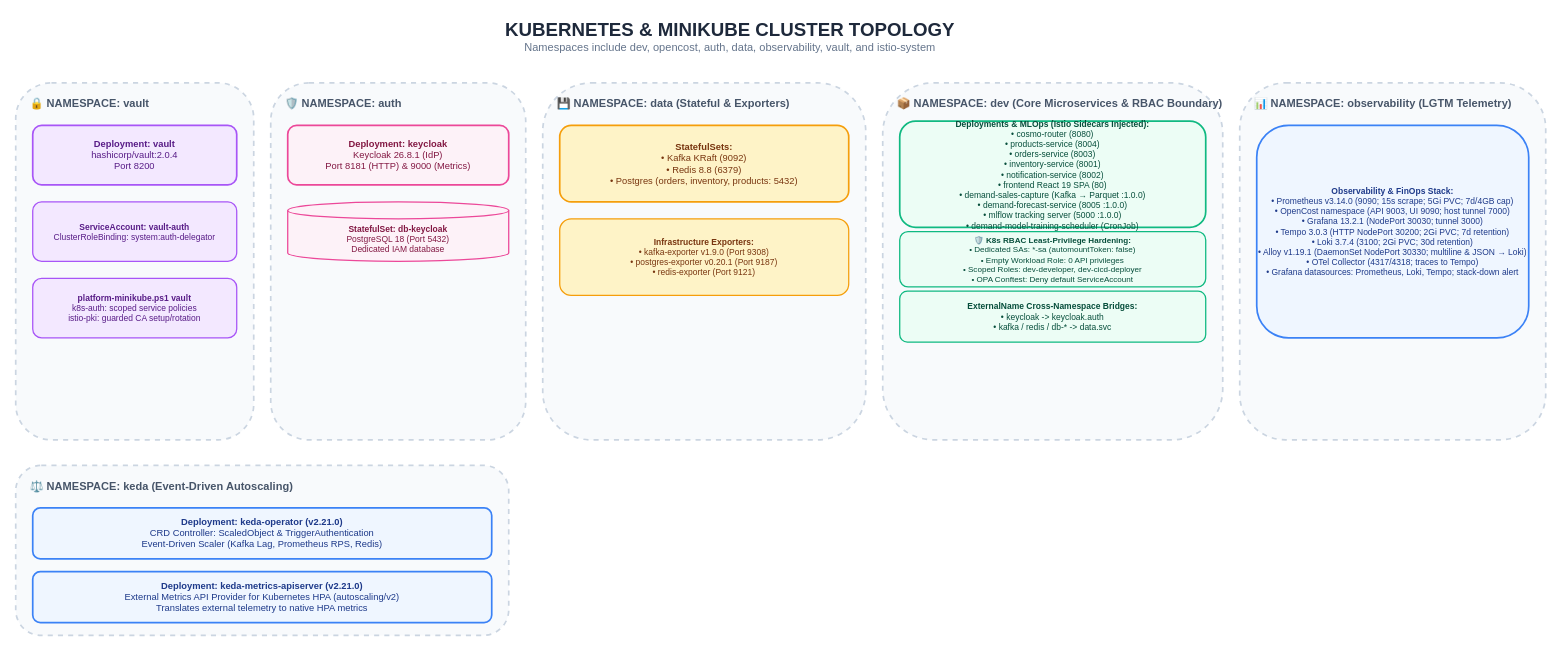
Earlier version of the draw.io diagram page "6. Kubernetes & Minikube Cluster Topology" (6 of 16) of docs/Diagrams.drawio (GeorgeGxx/microservices-architecture). Source tidied: cells renumbered, new cells numbered last; positions are measured from the earlier drawing's top-left corner, leaving out a move shared by most shapes. Both pictures are drawn from the tidied source at 85%, with x=0, y=0 at pixel (15, 14).
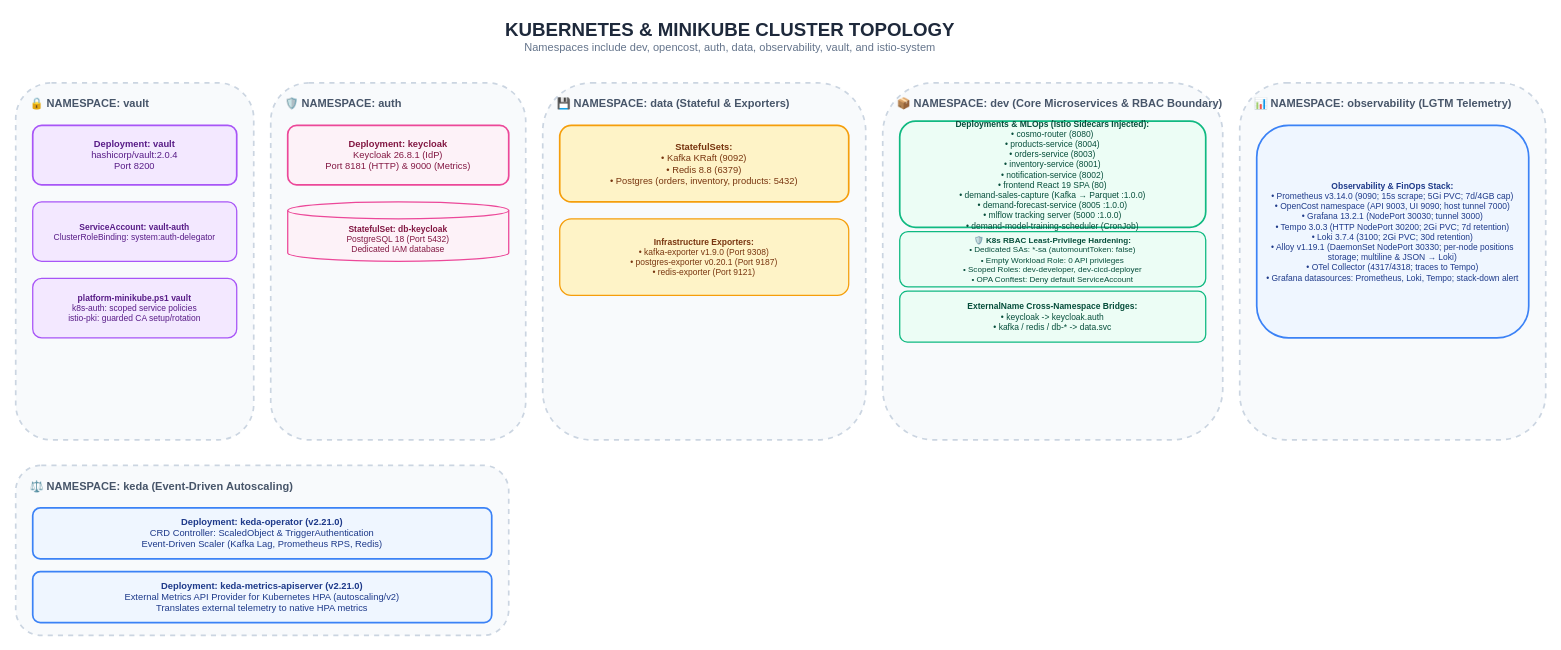
Above is the later version.

Change to the diagram source:
```diff
@@
-    <mxCell id="18" value="&lt;b&gt;Observability &amp; FinOps Stack:&lt;/b&gt;&lt;br&gt;• Prometheus v3.14.0 (9090; 15s scrape; 5Gi PVC; 7d/4GB cap)&lt;br&gt;• OpenCost namespace (API 9003, UI 9090; host tunnel 7000)&lt;br&gt;• Grafana 13.2.1 (NodePort 30030; tunnel 3000)&lt;br&gt;• Tempo 3.0.3 (HTTP NodePort 30200; 2Gi PVC; 7d retention)&lt;br&gt;• Loki 3.7.4 (3100; 2Gi PVC; 30d retention)&lt;br&gt;• Alloy v1.19.1 (DaemonSet NodePort 30330; multiline &amp; JSON → Loki)&lt;br&gt;• OTel Collector (4317/4318; traces to Tempo)&lt;br&gt;• Grafana datasources: Prometheus, Loki, Tempo; stack-down alert" style="rounded=1;whiteSpace=wrap;html=1;fillColor=#EFF6FF;strokeColor=#3B82F6;strokeWidth=2;fontColor=#1E3A8A;fontSize=10;" parent="1" vertex="1">
+    <mxCell id="18" value="&lt;b&gt;Observability &amp; FinOps Stack:&lt;/b&gt;&lt;br&gt;• Prometheus v3.14.0 (9090; 15s scrape; 5Gi PVC; 7d/4GB cap)&lt;br&gt;• OpenCost namespace (API 9003, UI 9090; host tunnel 7000)&lt;br&gt;• Grafana 13.2.1 (NodePort 30030; tunnel 3000)&lt;br&gt;• Tempo 3.0.3 (HTTP NodePort 30200; 2Gi PVC; 7d retention)&lt;br&gt;• Loki 3.7.4 (3100; 2Gi PVC; 30d retention)&lt;br&gt;• Alloy v1.19.1 (DaemonSet NodePort 30330; per-node positions storage; multiline &amp; JSON → Loki)&lt;br&gt;• OTel Collector (4317/4318; traces to Tempo)&lt;br&gt;• Grafana datasources: Prometheus, Loki, Tempo; stack-down alert" style="rounded=1;whiteSpace=wrap;html=1;fillColor=#EFF6FF;strokeColor=#3B82F6;strokeWidth=2;fontColor=#1E3A8A;fontSize=10;" parent="1" vertex="1">
       <mxGeometry x="1460" y="130" width="320" height="250" as="geometry" />
     </mxCell>
```
